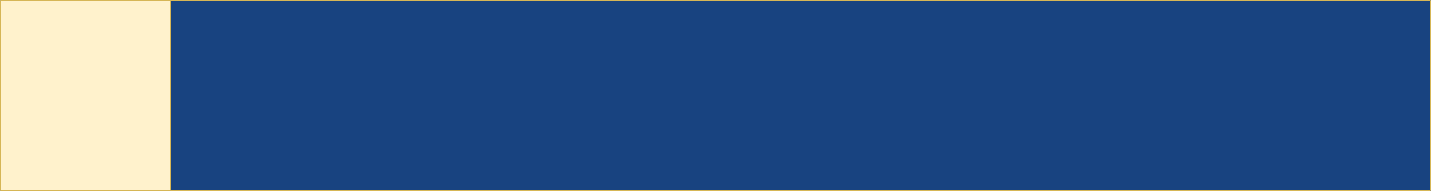
This is 架构.drawio.png from goofnng/demo, a draw.io export, as it was before one commit. Source tidied: cells renumbered, new cells last; positions are measured from the earlier drawing's top-left corner, leaving out a move shared by most shapes.
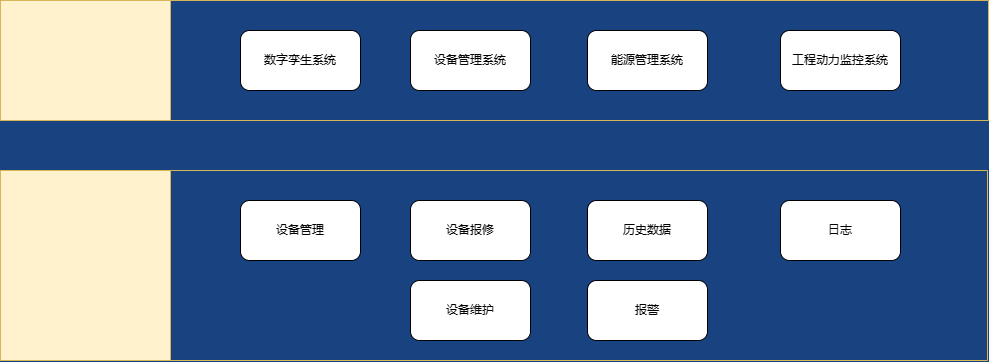
Above is the later version.

Change to the diagram source:
```diff
@@ -3,7 +3,40 @@
     <mxCell id="0" style="html=1;" />
     <mxCell id="1" style="html=1;" parent="0" />
     <mxCell id="2" style="swimlane;horizontal=0;whiteSpace=wrap;html=1;startSize=170;fillColor=#fff2cc;strokeColor=#d6b656;rounded=0;" parent="1" vertex="1">
-      <mxGeometry width="1430" height="190" as="geometry" />
+      <mxGeometry width="988" height="120" as="geometry" />
     </mxCell>
+    <mxCell id="3" value="数字孪生系统" style="rounded=1;whiteSpace=wrap;html=1;" parent="2" vertex="1">
+      <mxGeometry x="240" y="30" width="120" height="60" as="geometry" />
+    </mxCell>
+    <mxCell id="4" value="设备管理系统" style="rounded=1;whiteSpace=wrap;html=1;" parent="2" vertex="1">
+      <mxGeometry x="410" y="30" width="120" height="60" as="geometry" />
+    </mxCell>
+    <mxCell id="5" value="工程动力监控系统" style="rounded=1;whiteSpace=wrap;html=1;" parent="2" vertex="1">
+      <mxGeometry x="780" y="30" width="120" height="60" as="geometry" />
+    </mxCell>
+    <mxCell id="6" value="能源管理系统" style="rounded=1;whiteSpace=wrap;html=1;" parent="2" vertex="1">
+      <mxGeometry x="587" y="30" width="120" height="60" as="geometry" />
+    </mxCell>
+    <mxCell id="7" style="swimlane;horizontal=0;whiteSpace=wrap;html=1;startSize=170;fillColor=#fff2cc;strokeColor=#d6b656;rounded=0;" parent="1" vertex="1">
+      <mxGeometry y="170" width="987" height="190" as="geometry" />
+    </mxCell>
+    <mxCell id="8" value="设备管理" style="rounded=1;whiteSpace=wrap;html=1;" parent="7" vertex="1">
+      <mxGeometry x="240" y="30" width="120" height="60" as="geometry" />
+    </mxCell>
+    <mxCell id="9" value="设备报修" style="rounded=1;whiteSpace=wrap;html=1;" parent="7" vertex="1">
+      <mxGeometry x="410" y="30" width="120" height="60" as="geometry" />
+    </mxCell>
+    <mxCell id="10" value="日志" style="rounded=1;whiteSpace=wrap;html=1;" parent="7" vertex="1">
+      <mxGeometry x="780" y="30" width="120" height="60" as="geometry" />
+    </mxCell>
+    <mxCell id="11" value="历史数据" style="rounded=1;whiteSpace=wrap;html=1;" parent="7" vertex="1">
+      <mxGeometry x="587" y="30" width="120" height="60" as="geometry" />
+    </mxCell>
+    <mxCell id="12" value="报警" style="rounded=1;whiteSpace=wrap;html=1;" parent="7" vertex="1">
+      <mxGeometry x="587" y="110" width="120" height="60" as="geometry" />
+    </mxCell>
+    <mxCell id="13" value="设备维护" style="rounded=1;whiteSpace=wrap;html=1;" parent="7" vertex="1">
+      <mxGeometry x="410" y="110" width="120" height="60" as="geometry" />
+    </mxCell>
   </root>
 </mxGraphModel>
```
